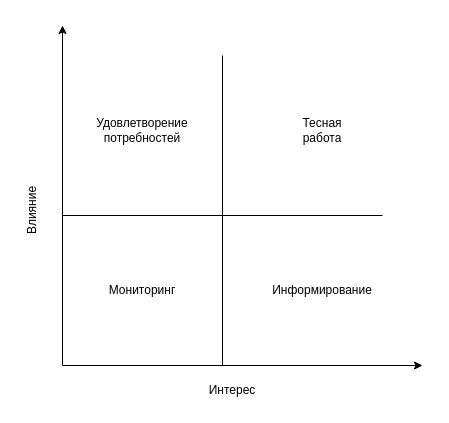
The draw.io diagram Power-Interest Grid.drawio in jnzz/MCF, before the edit. Source tidied: cells renumbered, new cells numbered last; positions are measured from the earlier drawing's top-left corner, leaving out a move shared by most shapes. Both pictures are drawn from the tidied source at 100%, with x=0, y=0 at pixel (2, 25).
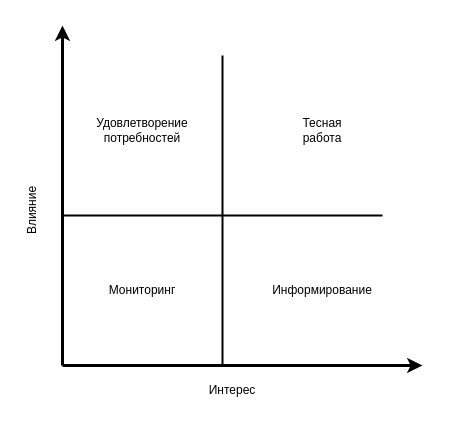
Above is the later version.

The edit, as a diff of the source:
```diff
@@
 <mxGraphModel>
   <root>
     <mxCell id="0" />
     <mxCell id="1" parent="0" />
-    <mxCell id="2" style="endArrow=classic;html=1;rounded=0;" parent="1" edge="1">
+    <mxCell id="2" style="endArrow=classic;html=1;rounded=0;strokeWidth=3;" parent="1" edge="1">
       <mxGeometry relative="1" as="geometry">
         <mxPoint x="60" y="340" as="sourcePoint" />
         <mxPoint x="420" y="340" as="targetPoint" />
       </mxGeometry>
     </mxCell>
-    <mxCell id="3" style="endArrow=classic;html=1;rounded=0;" parent="1" edge="1">
+    <mxCell id="3" style="endArrow=classic;html=1;rounded=0;strokeWidth=3;" parent="1" edge="1">
       <mxGeometry relative="1" as="geometry">
         <mxPoint x="60" y="340" as="sourcePoint" />
         <mxPoint x="60" as="targetPoint" />
       </mxGeometry>
     </mxCell>
-    <mxCell id="4" style="endArrow=none;html=1;rounded=0;" parent="1" edge="1">
+    <mxCell id="4" style="endArrow=none;html=1;rounded=0;strokeWidth=2;" parent="1" edge="1">
       <mxGeometry relative="1" as="geometry">
         <mxPoint x="60" y="190" as="sourcePoint" />
         <mxPoint x="380" y="190" as="targetPoint" />
       </mxGeometry>
     </mxCell>
-    <mxCell id="5" style="endArrow=none;html=1;rounded=0;" parent="1" edge="1">
+    <mxCell id="5" style="endArrow=none;html=1;rounded=0;strokeWidth=2;" parent="1" edge="1">
       <mxGeometry relative="1" as="geometry">
         <mxPoint x="220" y="340" as="sourcePoint" />
         <mxPoint x="220" y="30" as="targetPoint" />
       </mxGeometry>
     </mxCell>
     <mxCell id="6" value="Мониторинг" style="text;html=1;align=center;verticalAlign=middle;whiteSpace=wrap;rounded=0;" parent="1" vertex="1">
       <mxGeometry x="110" y="250" width="60" height="30" as="geometry" />
     </mxCell>
     <mxCell id="7" value="Информирование" style="text;html=1;align=center;verticalAlign=middle;whiteSpace=wrap;rounded=0;" parent="1" vertex="1">
       <mxGeometry x="290" y="250" width="60" height="30" as="geometry" />
     </mxCell>
     <mxCell id="8" value="Удовлетворение потребностей" style="text;html=1;align=center;verticalAlign=middle;whiteSpace=wrap;rounded=0;" parent="1" vertex="1">
       <mxGeometry x="110" y="90" width="60" height="30" as="geometry" />
     </mxCell>
     <mxCell id="9" value="Тесная работа" style="text;html=1;align=center;verticalAlign=middle;whiteSpace=wrap;rounded=0;" parent="1" vertex="1">
       <mxGeometry x="290" y="90" width="60" height="30" as="geometry" />
     </mxCell>
     <mxCell id="10" value="Интерес" style="text;html=1;align=center;verticalAlign=middle;whiteSpace=wrap;rounded=0;" parent="1" vertex="1">
       <mxGeometry x="200" y="350" width="60" height="30" as="geometry" />
     </mxCell>
     <mxCell id="11" value="Влияние" style="text;html=1;align=center;verticalAlign=middle;whiteSpace=wrap;rounded=0;rotation=-90;" parent="1" vertex="1">
       <mxGeometry y="170" width="60" height="30" as="geometry" />
     </mxCell>
   </root>
 </mxGraphModel>
```
